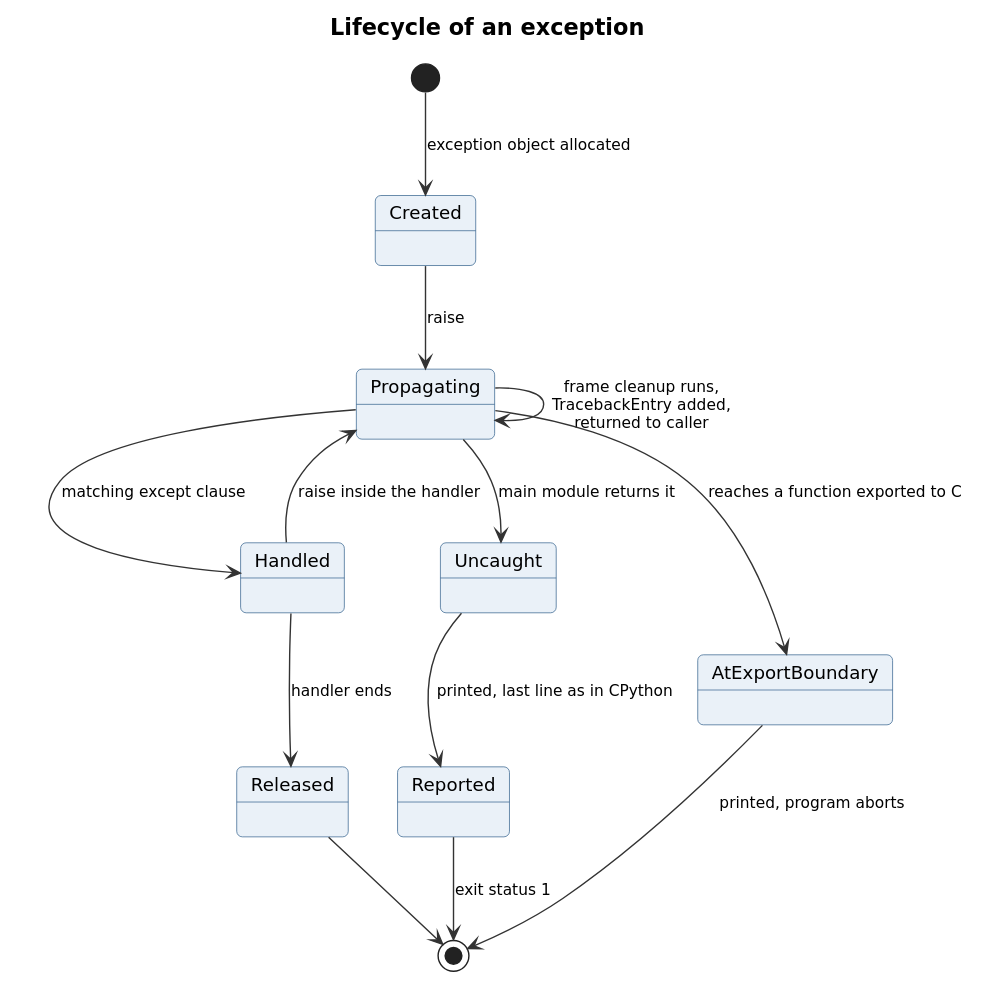
Above: docs/diagrams/state-exception.svg in typy-lang/typy (PlantUML), before the change. Its source is kept beside it as docs/diagrams/state-exception.puml. The source it was exported from:
```plantuml
@startuml state-exception
!include style.puml
title Lifecycle of an exception

[*] --> Created : exception object allocated
Created --> Propagating : raise
Propagating --> Propagating : frame cleanup runs,\nTracebackEntry added,\nreturned to caller
Propagating --> Handled : matching except clause
Propagating --> Uncaught : main module returns it
Propagating --> AtExportBoundary : reaches a function exported to C
Handled --> Propagating : raise inside the handler
Handled --> Released : handler ends
Uncaught --> Reported : printed, last line as in CPython
Reported --> [*] : exit status 1
AtExportBoundary --> [*] : printed, program aborts
Released --> [*]
@enduml
```
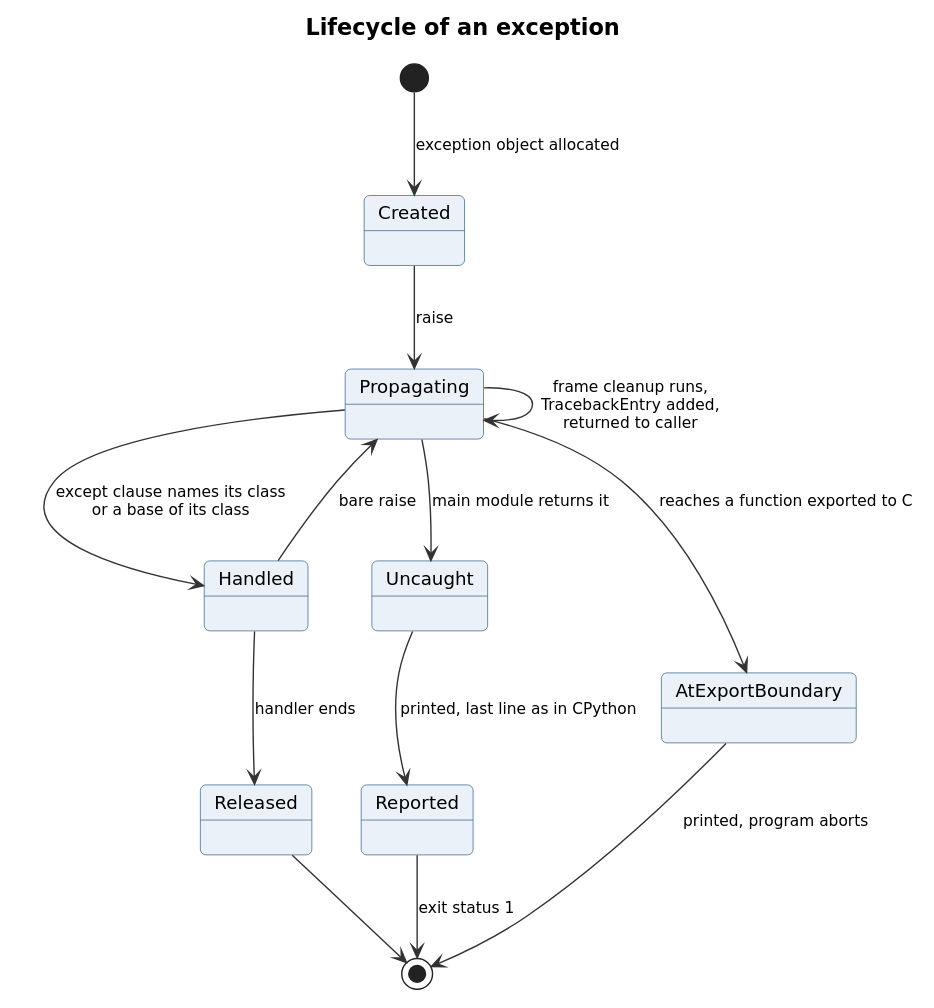
After the change.

Diff of the diagram source:
```diff
@@ -5,10 +5,10 @@
 [*] --> Created : exception object allocated
 Created --> Propagating : raise
 Propagating --> Propagating : frame cleanup runs,\nTracebackEntry added,\nreturned to caller
-Propagating --> Handled : matching except clause
+Propagating --> Handled : except clause names its class\nor a base of its class
 Propagating --> Uncaught : main module returns it
 Propagating --> AtExportBoundary : reaches a function exported to C
-Handled --> Propagating : raise inside the handler
+Handled --> Propagating : bare raise
 Handled --> Released : handler ends
 Uncaught --> Reported : printed, last line as in CPython
 Reported --> [*] : exit status 1
```
